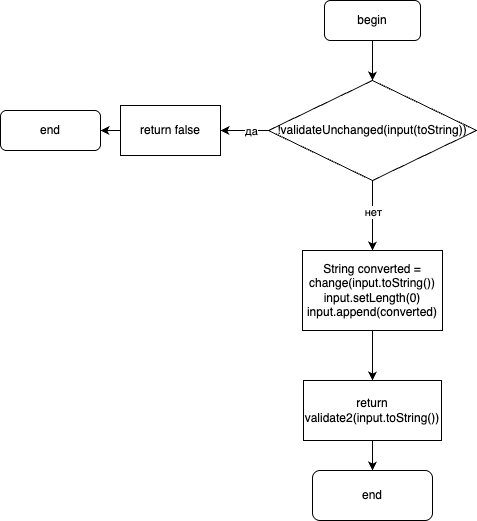
Above: LabsLOIS/FirstLab/schemes/validateInput.png in L1x0/LabsBSUIR (draw.io), before the change. Source tidied: cells renumbered, new cells last; positions are measured from the earlier drawing's top-left corner, leaving out a move shared by most shapes.
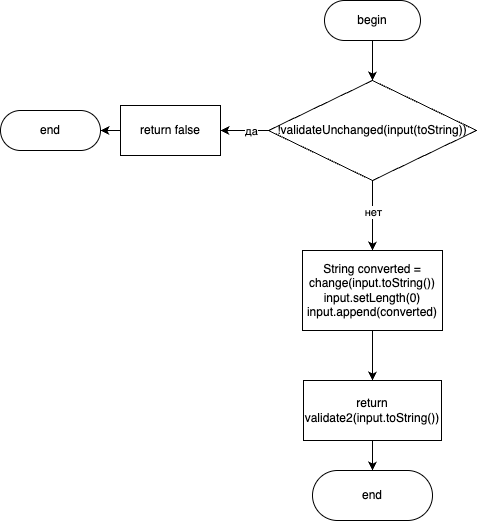
Later version of the same file.

What changed in the source:
```diff
@@ -7,7 +7,7 @@
         <mxPoint x="372" y="80" as="targetPoint" />
       </mxGeometry>
     </mxCell>
-    <mxCell id="3" value="begin" style="rounded=1;whiteSpace=wrap;html=1;" parent="1" vertex="1">
+    <mxCell id="3" value="begin" style="rounded=1;whiteSpace=wrap;html=1;arcSize=50;" parent="1" vertex="1">
       <mxGeometry x="324" width="96" height="40" as="geometry" />
     </mxCell>
     <mxCell id="4" style="edgeStyle=orthogonalEdgeStyle;rounded=0;jettySize=auto;html=1;" parent="1" edge="1" source="8" target="10">
@@ -33,7 +33,7 @@
     <mxCell id="10" value="return false" style="rounded=0;whiteSpace=wrap;html=1;" parent="1" vertex="1">
       <mxGeometry x="120" y="105" width="100" height="50" as="geometry" />
     </mxCell>
-    <mxCell id="11" value="end" style="rounded=1;whiteSpace=wrap;html=1;" parent="1" vertex="1">
+    <mxCell id="11" value="end" style="rounded=1;whiteSpace=wrap;html=1;arcSize=50;" parent="1" vertex="1">
       <mxGeometry y="110" width="100" height="40" as="geometry" />
     </mxCell>
     <mxCell id="12" style="edgeStyle=orthogonalEdgeStyle;rounded=0;jettySize=auto;html=1;" parent="1" edge="1" source="13" target="15">
@@ -48,7 +48,7 @@
     <mxCell id="15" value="return validate2(input.toString())" style="whiteSpace=wrap;html=1;" parent="1" vertex="1">
       <mxGeometry x="303" y="380" width="138" height="60" as="geometry" />
     </mxCell>
-    <mxCell id="16" value="end" style="rounded=1;whiteSpace=wrap;html=1;" parent="1" vertex="1">
+    <mxCell id="16" value="end" style="rounded=1;whiteSpace=wrap;html=1;arcSize=50;" parent="1" vertex="1">
       <mxGeometry x="312" y="470" width="120" height="50" as="geometry" />
     </mxCell>
   </root>
```
